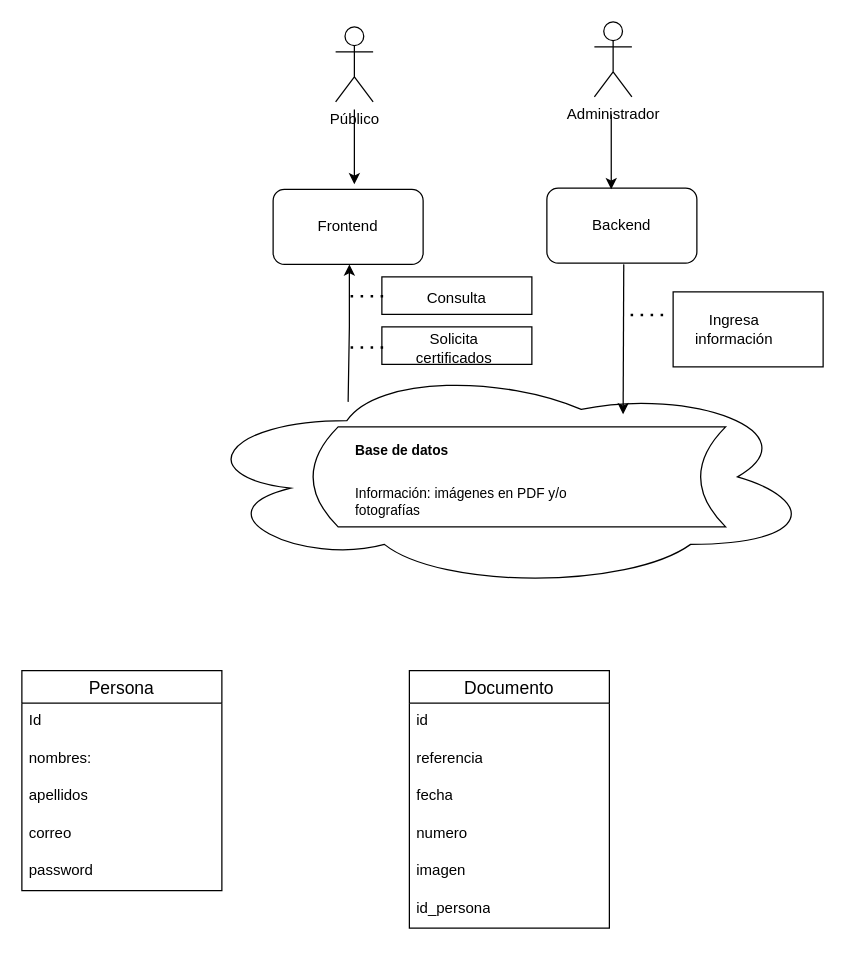
Before: Diagrama sin título.drawio in DiegoBenjumeaDeveloper/Agendamiento, a draw.io diagram. Source tidied: cells renumbered, new cells numbered last; positions are measured from the earlier drawing's top-left corner, leaving out a move shared by most shapes. Both pictures are drawn from the tidied source at 125%, with x=0, y=0 at pixel (21, 21).
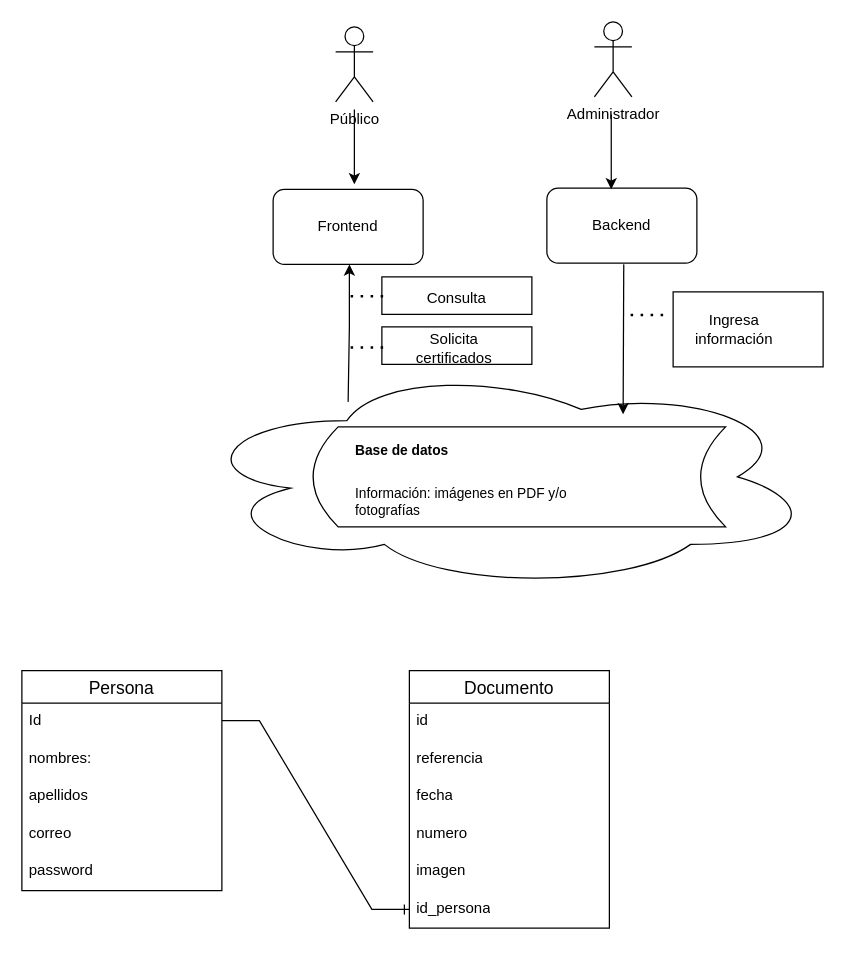
The same page after the edit.

Unchanged cells that the change refers to:
```xml
<mxCell id="34" value="id_persona" style="text;strokeColor=none;fillColor=none;spacingLeft=4;spacingRight=4;overflow=hidden;points=[[0,0.5],[1,0.5]];portConstraint=eastwest;fontSize=12;whiteSpace=wrap;html=1;" parent="28" vertex="1">
  <mxGeometry y="176" width="160" height="30" as="geometry" />
</mxCell>
```

The edit, as a diff of the source:
```diff
@@
+    <mxCell id="41" style="edgeStyle=entityRelationEdgeStyle;fontSize=12;html=1;endArrow=ERone;endFill=1;rounded=0;entryX=0;entryY=0.5;entryDx=0;entryDy=0;" parent="1" edge="1" target="34">
+      <mxGeometry relative="1" as="geometry">
+        <mxPoint x="160" y="559" as="sourcePoint" />
+      </mxGeometry>
+    </mxCell>
```
